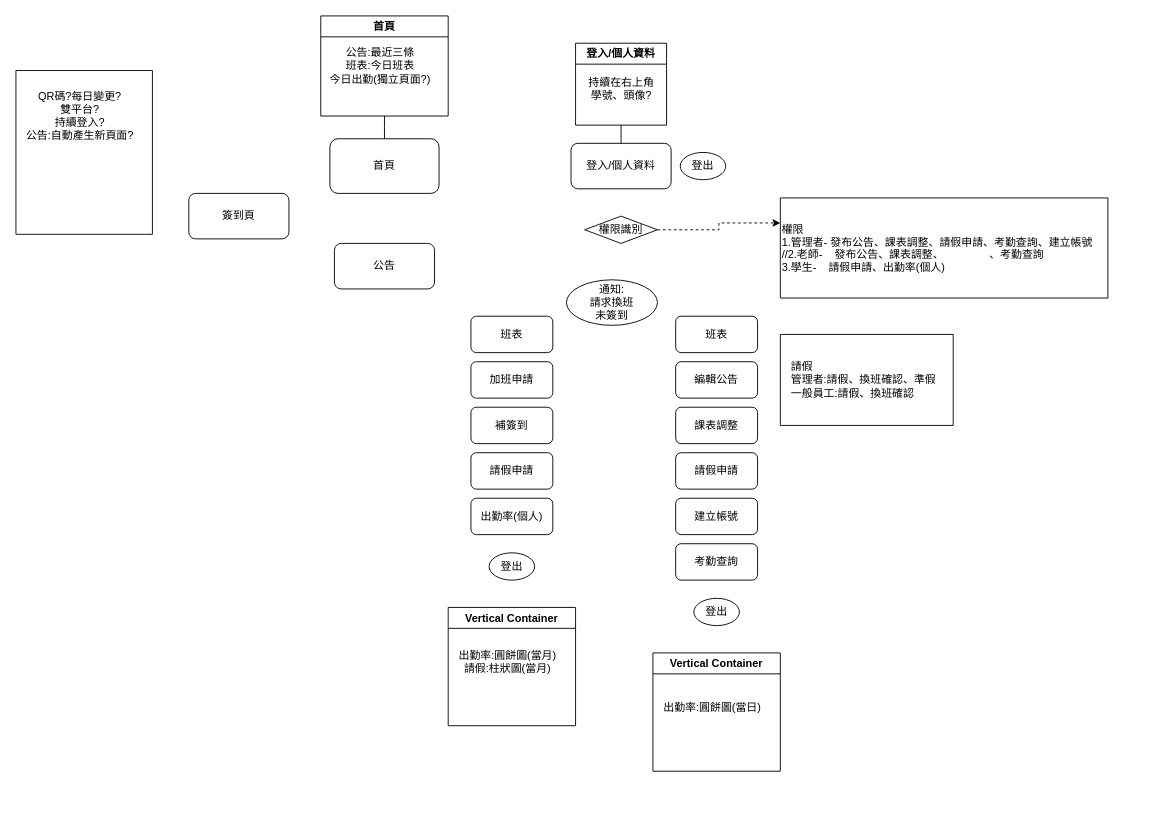
Above: project_Outline.drawio in ZuHoliang/java-project (draw.io), before the change. Source tidied: cells renumbered, new cells numbered last; positions are measured from the earlier drawing's top-left corner, leaving out a move shared by most shapes. Both pictures are drawn from the tidied source at 91%, with x=0, y=0 at pixel (15, 15).
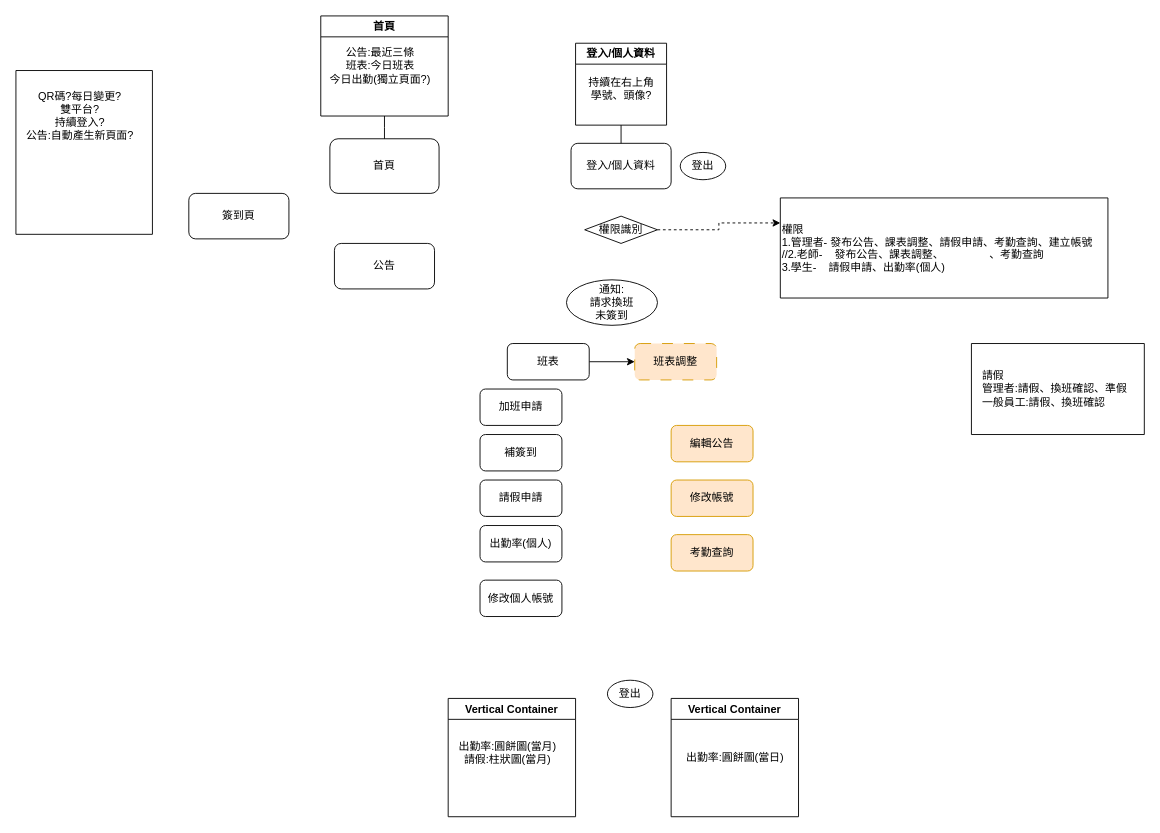
After the change.

The edit, as a diff of the source:
```diff
@@
     <mxCell id="9" value="請假申請" style="rounded=1;whiteSpace=wrap;html=1;" parent="1" vertex="1">
-      <mxGeometry x="500" y="480" width="90" height="40" as="geometry" />
+      <mxGeometry x="510" y="510" width="90" height="40" as="geometry" />
     </mxCell>
-    <mxCell id="10" value="請假申請" style="rounded=1;whiteSpace=wrap;html=1;" parent="1" vertex="1">
-      <mxGeometry x="725" y="480" width="90" height="40" as="geometry" />
-    </mxCell>
-    <mxCell id="11" value="編輯公告" style="rounded=1;whiteSpace=wrap;html=1;" parent="1" vertex="1">
-      <mxGeometry x="725" y="380" width="90" height="40" as="geometry" />
+    <mxCell id="11" value="編輯公告" style="rounded=1;whiteSpace=wrap;html=1;fillColor=#ffe6cc;strokeColor=#d79b00;" parent="1" vertex="1">
+      <mxGeometry x="720" y="450" width="90" height="40" as="geometry" />
     </mxCell>
-    <mxCell id="12" value="登出" style="ellipse;whiteSpace=wrap;html=1;" parent="1" vertex="1">
-      <mxGeometry x="745" y="640" width="50" height="30" as="geometry" />
-    </mxCell>
     <mxCell id="13" value="登出" style="ellipse;whiteSpace=wrap;html=1;" parent="1" vertex="1">
-      <mxGeometry x="520" y="590" width="50" height="30" as="geometry" />
+      <mxGeometry x="650" y="730" width="50" height="30" as="geometry" />
     </mxCell>
     <mxCell id="14" value="出勤率(個人)" style="rounded=1;whiteSpace=wrap;html=1;" parent="1" vertex="1">
-      <mxGeometry x="500" y="530" width="90" height="40" as="geometry" />
+      <mxGeometry x="510" y="560" width="90" height="40" as="geometry" />
     </mxCell>
-    <mxCell id="15" value="考勤查詢" style="rounded=1;whiteSpace=wrap;html=1;" parent="1" vertex="1">
-      <mxGeometry x="725" y="580" width="90" height="40" as="geometry" />
+    <mxCell id="15" value="考勤查詢" style="rounded=1;whiteSpace=wrap;html=1;fillColor=#ffe6cc;strokeColor=#d79b00;" parent="1" vertex="1">
+      <mxGeometry x="720" y="570" width="90" height="40" as="geometry" />
     </mxCell>
-    <mxCell id="16" value="課表調整" style="rounded=1;whiteSpace=wrap;html=1;" parent="1" vertex="1">
-      <mxGeometry x="725" y="430" width="90" height="40" as="geometry" />
+    <mxCell id="16" value="班表調整" style="rounded=1;whiteSpace=wrap;html=1;fillColor=#ffe6cc;strokeColor=#d79b00;dashed=1;dashPattern=12 12;" parent="1" vertex="1">
+      <mxGeometry x="680" y="360" width="90" height="40" as="geometry" />
     </mxCell>
@@
     <mxCell id="21" value="Vertical Container" style="swimlane;whiteSpace=wrap;html=1;" parent="1" vertex="1">
-      <mxGeometry x="475" y="650" width="140" height="130" as="geometry" />
+      <mxGeometry x="475" y="750" width="140" height="130" as="geometry" />
     </mxCell>
@@
     <mxCell id="23" value="Vertical Container" style="swimlane;whiteSpace=wrap;html=1;" parent="1" vertex="1">
-      <mxGeometry x="700" y="700" width="140" height="130" as="geometry" />
+      <mxGeometry x="720" y="750" width="140" height="130" as="geometry" />
     </mxCell>
     <mxCell id="24" value="&lt;div&gt;出勤率:圓餅圖(當日)&lt;/div&gt;" style="text;html=1;align=center;verticalAlign=middle;strokeColor=none;fillColor=none;" parent="23" vertex="1">
-      <mxGeometry y="45" width="130" height="30" as="geometry" />
+      <mxGeometry x="5" y="50" width="130" height="30" as="geometry" />
     </mxCell>
@@
-    <mxCell id="31" value="建立帳號" style="rounded=1;whiteSpace=wrap;html=1;" parent="1" vertex="1">
-      <mxGeometry x="725" y="530" width="90" height="40" as="geometry" />
+    <mxCell id="31" value="修改帳號" style="rounded=1;whiteSpace=wrap;html=1;fillColor=#ffe6cc;strokeColor=#d79b00;" parent="1" vertex="1">
+      <mxGeometry x="720" y="510" width="90" height="40" as="geometry" />
     </mxCell>
+    <mxCell id="39" style="edgeStyle=orthogonalEdgeStyle;rounded=0;jettySize=auto;html=1;exitX=1;exitY=0.5;exitDx=0;exitDy=0;entryX=0;entryY=0.5;entryDx=0;entryDy=0;" parent="1" edge="1" source="32" target="16">
+      <mxGeometry relative="1" as="geometry" />
+    </mxCell>
     <mxCell id="32" value="班表" style="rounded=1;whiteSpace=wrap;html=1;" parent="1" vertex="1">
-      <mxGeometry x="500" y="330" width="90" height="40" as="geometry" />
+      <mxGeometry x="540" y="360" width="90" height="40" as="geometry" />
     </mxCell>
-    <mxCell id="33" value="班表" style="rounded=1;whiteSpace=wrap;html=1;" parent="1" vertex="1">
-      <mxGeometry x="725" y="330" width="90" height="40" as="geometry" />
-    </mxCell>
     <mxCell id="34" style="swimlane;startSize=0;" parent="1" vertex="1">
-      <mxGeometry x="840" y="350" width="190" height="100" as="geometry" />
+      <mxGeometry x="1050" y="360" width="190" height="100" as="geometry" />
     </mxCell>
@@
     <mxCell id="36" value="補簽到" style="rounded=1;whiteSpace=wrap;html=1;" parent="1" vertex="1">
-      <mxGeometry x="500" y="430" width="90" height="40" as="geometry" />
+      <mxGeometry x="510" y="460" width="90" height="40" as="geometry" />
     </mxCell>
     <mxCell id="37" value="加班申請" style="rounded=1;whiteSpace=wrap;html=1;" parent="1" vertex="1">
-      <mxGeometry x="500" y="380" width="90" height="40" as="geometry" />
+      <mxGeometry x="510" y="410" width="90" height="40" as="geometry" />
     </mxCell>
@@
+    <mxCell id="40" value="修改個人帳號" style="rounded=1;whiteSpace=wrap;html=1;" parent="1" vertex="1">
+      <mxGeometry x="510" y="620" width="90" height="40" as="geometry" />
+    </mxCell>
```
